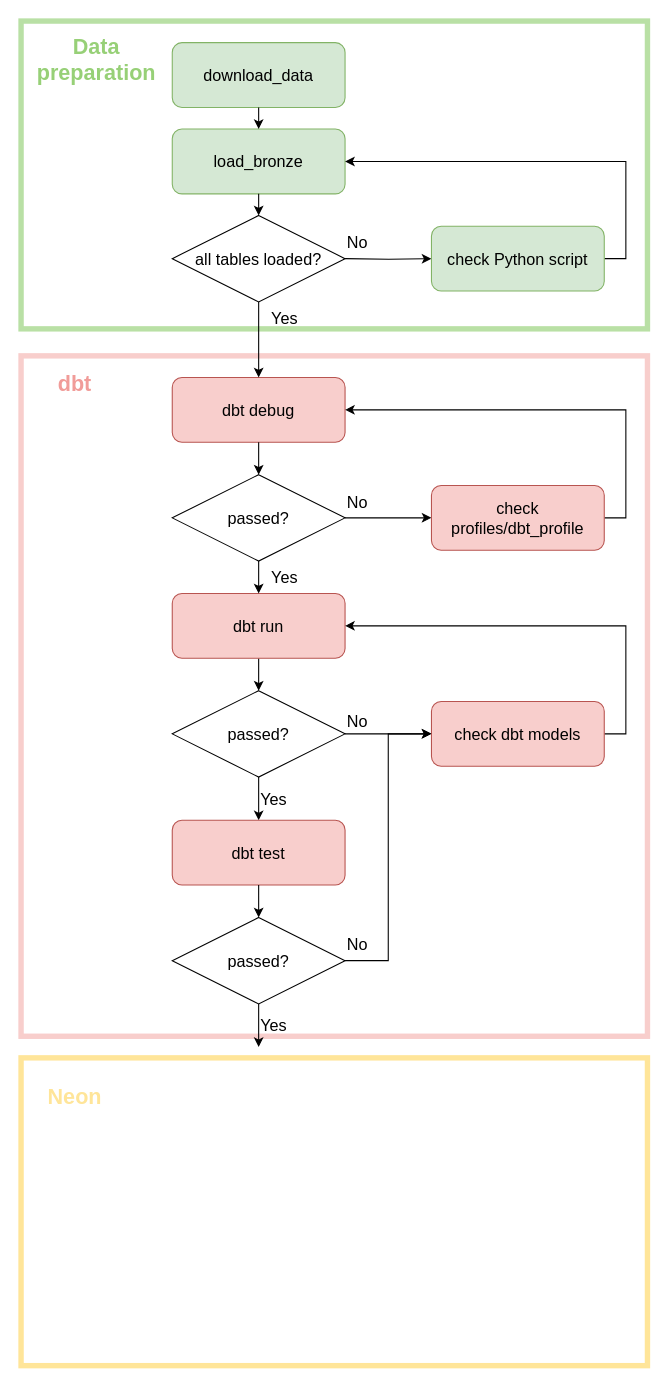
Above: docs/execution_flow.drawio in liibuu/credit-scoring-pipeline (draw.io), before the change. Source tidied: cells renumbered, new cells numbered last; positions are measured from the earlier drawing's top-left corner, leaving out a move shared by most shapes. Both pictures are drawn from the tidied source at 108%, with x=0, y=0 at pixel (21, 21).
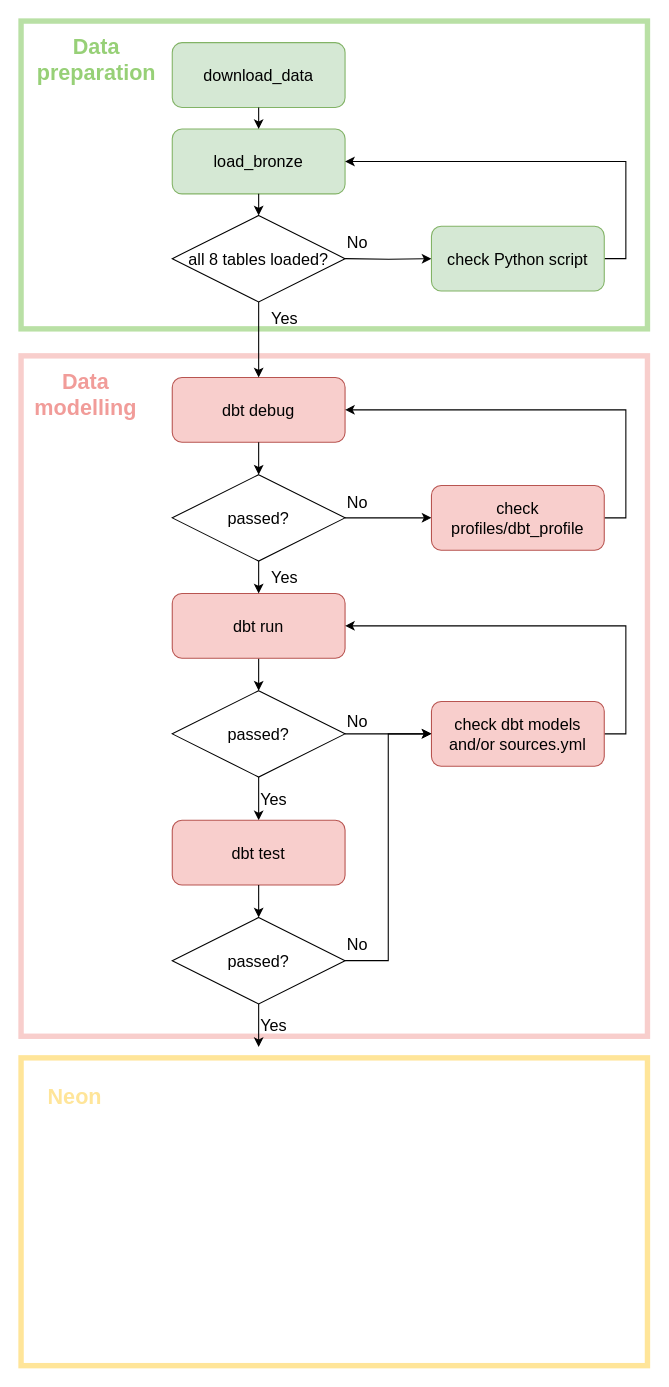
The same page after the edit.

Diff of the diagram source:
```diff
@@
-    <mxCell id="17" value="&lt;span style=&quot;font-size: 15px;&quot;&gt;check dbt models&lt;/span&gt;" style="rounded=1;whiteSpace=wrap;html=1;fillColor=#f8cecc;strokeColor=#b85450;" parent="1" vertex="1">
+    <mxCell id="17" value="&lt;span style=&quot;font-size: 15px;&quot;&gt;check dbt models and/or sources.yml&lt;/span&gt;" style="rounded=1;whiteSpace=wrap;html=1;fillColor=#f8cecc;strokeColor=#b85450;" parent="1" vertex="1">
       <mxGeometry x="380" y="630" width="160" height="60" as="geometry" />
     </mxCell>
@@
-    <mxCell id="34" value="all tables loaded?" style="rhombus;whiteSpace=wrap;html=1;shapeInside=1;fontSize=15;" parent="1" vertex="1">
+    <mxCell id="34" value="all 8 tables loaded?" style="rhombus;whiteSpace=wrap;html=1;shapeInside=1;fontSize=15;" parent="1" vertex="1">
       <mxGeometry x="140" y="180" width="160" height="80" as="geometry" />
     </mxCell>
@@
-    <mxCell id="41" value="dbt" style="text;html=1;whiteSpace=wrap;strokeColor=none;fillColor=none;align=center;verticalAlign=middle;rounded=0;fontSize=20;fontStyle=1;fontColor=#F19C99;" parent="1" vertex="1">
-      <mxGeometry x="20" y="320" width="60" height="30" as="geometry" />
+    <mxCell id="41" value="Data&lt;br&gt;modelling" style="text;html=1;whiteSpace=wrap;strokeColor=none;fillColor=none;align=center;verticalAlign=middle;rounded=0;fontSize=20;fontStyle=1;fontColor=#F19C99;" parent="1" vertex="1">
+      <mxGeometry x="30" y="330" width="60" height="30" as="geometry" />
     </mxCell>
```
